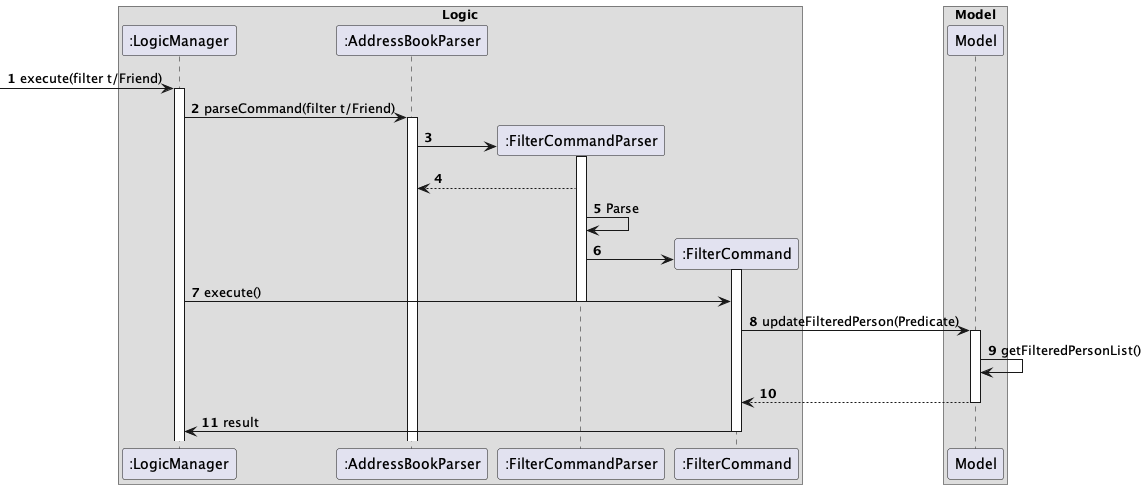
Earlier version of the PlantUML export diagrams/FilterTagSequenceDiagram.png (johnnythesnake12/tp).
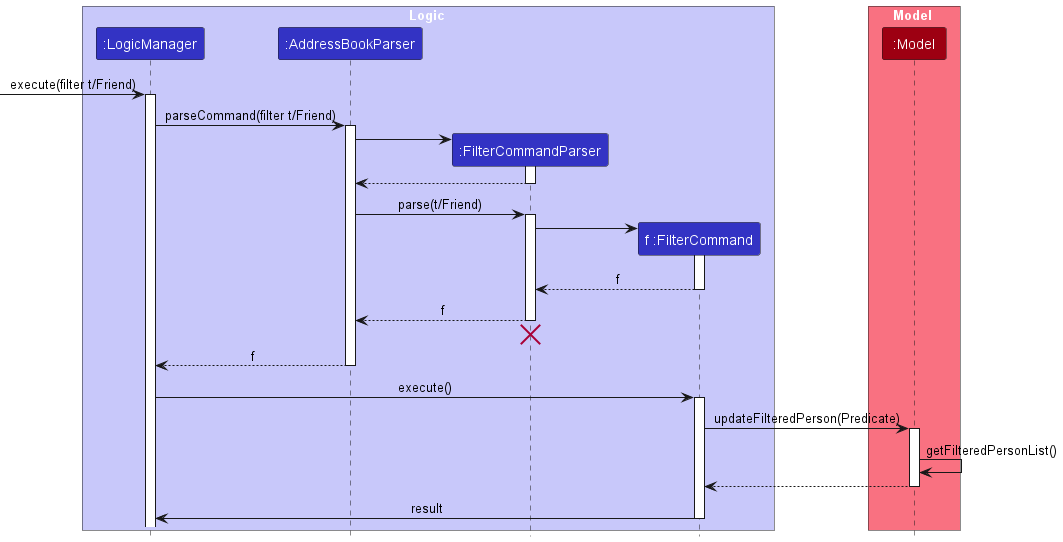
The same file after the commit.

The edit, as a diff of the source:
```diff
@@ -1,13 +1,18 @@
 @startuml
+!include style.puml
+skinparam ArrowFontStyle plain
 
-box Logic
-participant ":LogicManager" as LogicManager
-participant ":AddressBookParser" as AddressBookParser
-participant ":FilterCommandParser" as FilterCommandParser
-participant ":FilterCommand" as FilterCommand
+box Logic LOGIC_COLOR_T1
+participant ":LogicManager" as LogicManager LOGIC_COLOR
+participant ":AddressBookParser" as AddressBookParser LOGIC_COLOR
+participant ":FilterCommandParser" as FilterCommandParser LOGIC_COLOR
+participant "f :FilterCommand" as FilterCommand LOGIC_COLOR
 end box
 
-autonumber
+box Model MODEL_COLOR_T1
+participant ":Model" as Model MODEL_COLOR
+end box
+
 [->LogicManager : execute(filter t/Friend)
 activate LogicManager
 
@@ -19,13 +24,28 @@
 activate FilterCommandParser
 
 FilterCommandParser --> AddressBookParser
-FilterCommandParser -> FilterCommandParser : Parse
+deactivate FilterCommandParser
+
+AddressBookParser -> FilterCommandParser : parse(t/Friend)
+activate FilterCommandParser
 
 create FilterCommand
 FilterCommandParser -> FilterCommand
 activate FilterCommand
+
+FilterCommand --> FilterCommandParser: f
+deactivate FilterCommand
+
+FilterCommandParser --> AddressBookParser: f
+deactivate FilterCommandParser
+FilterCommandParser -[hidden]-> AddressBookParser
+destroy FilterCommandParser
+
+AddressBookParser --> LogicManager: f
+deactivate AddressBookParser
+
 LogicManager -> FilterCommand : execute()
-deactivate FilterCommandParser
+activate FilterCommand
 
 FilterCommand -> Model : updateFilteredPerson(Predicate)
 activate Model
@@ -34,8 +54,4 @@
 deactivate Model
 LogicManager <- FilterCommand: result
 deactivate FilterCommand
-
-box Model
-participant ":Model" as Model
-end box
 @enduml
```
